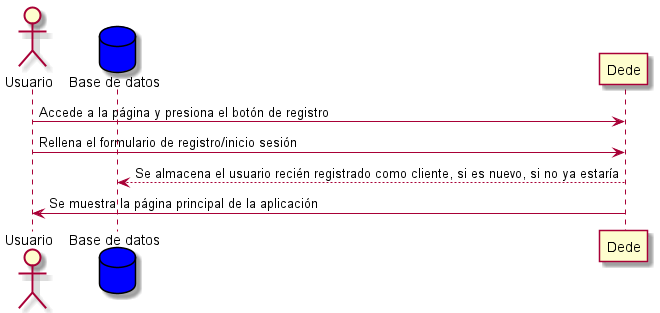
The PlantUML diagram images/InicioSesion.png in Arquisoft/dede_es2a, before a commit. Its diagram source:
```plantuml
@startuml
actor Usuario
database BaseDeDatos as "Base de datos" #blue
Usuario -> Dede: Accede a la página y presiona el botón de registro
Usuario -> Dede: Rellena el formulario de registro/inicio sesión
BaseDeDatos <-- Dede: Se almacena el usuario recién registrado como cliente, si es nuevo, si no ya estaría
Usuario <- Dede: Se muestra la página principal de la aplicación
@enduml
```
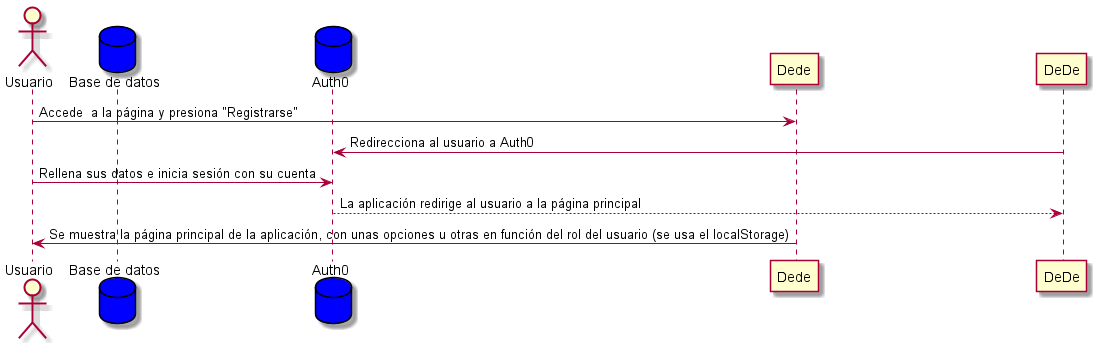
Later version of the same file.

The edit, as a diff of the source:
```diff
@@ -1,8 +1,10 @@
 @startuml
 actor Usuario
 database BaseDeDatos as "Base de datos" #blue
-Usuario -> Dede: Accede a la página y presiona el botón de registro
-Usuario -> Dede: Rellena el formulario de registro/inicio sesión
-BaseDeDatos <-- Dede: Se almacena el usuario recién registrado como cliente, si es nuevo, si no ya estaría
-Usuario <- Dede: Se muestra la página principal de la aplicación
+database Auth0 as "Auth0" #blue
+Usuario -> Dede: Accede  a la página y presiona "Registrarse"
+DeDe -> Auth0: Redirecciona al usuario a Auth0
+Usuario -> Auth0: Rellena sus datos e inicia sesión con su cuenta
+DeDe <-- Auth0: La aplicación redirige al usuario a la página principal
+Usuario <- Dede: Se muestra la página principal de la aplicación, con unas opciones u otras en función del rol del usuario (se usa el localStorage)
 @enduml
```
